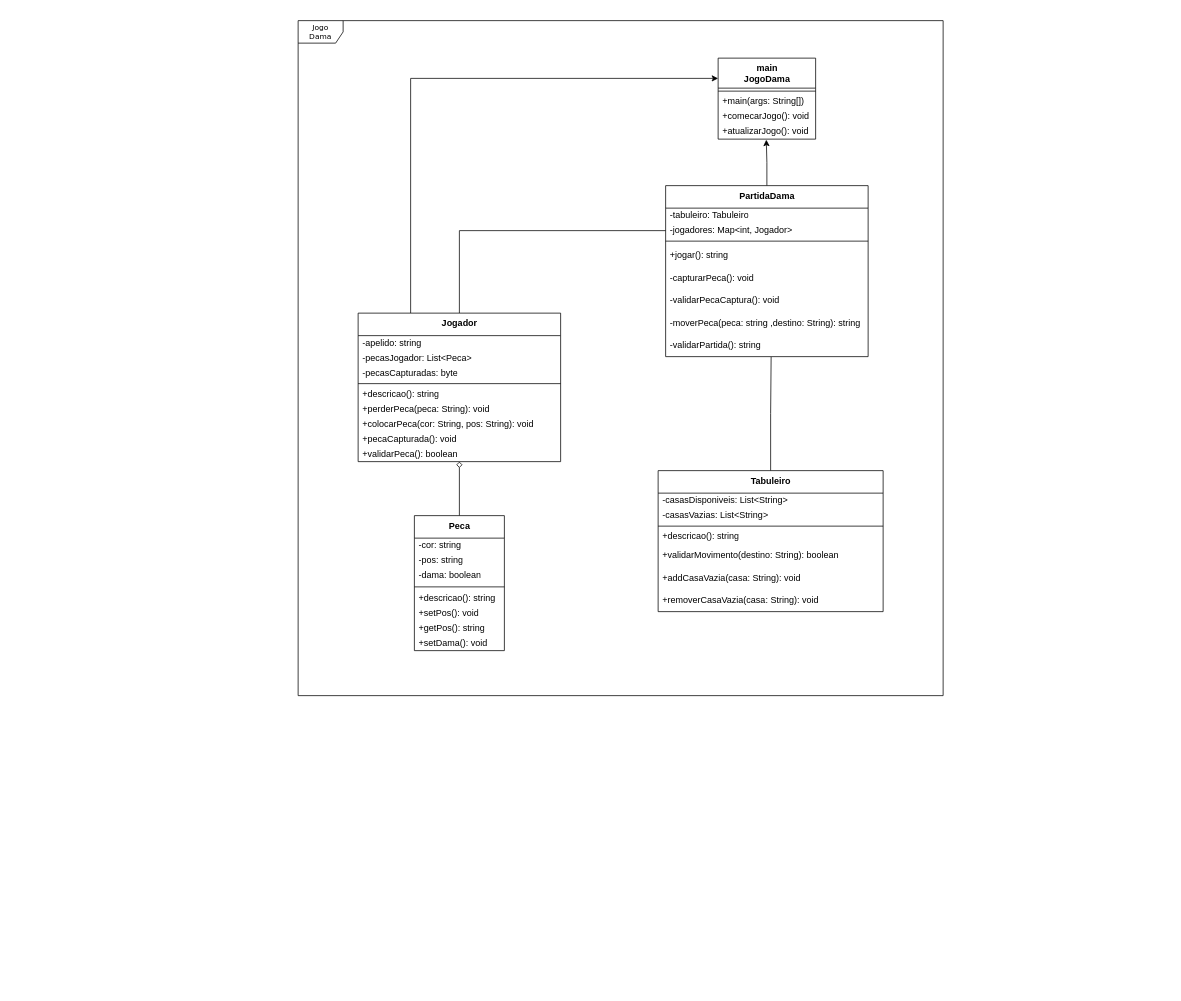
This is Jogo_Dama.drawio from leoaugusto02/JogoDama, a draw.io file, before an edit. Source tidied: cells renumbered, new cells numbered last; positions are measured from the earlier drawing's top-left corner, leaving out a move shared by most shapes. Both pictures are drawn from the tidied source at 75%, with x=0, y=0 at pixel (298, 20).
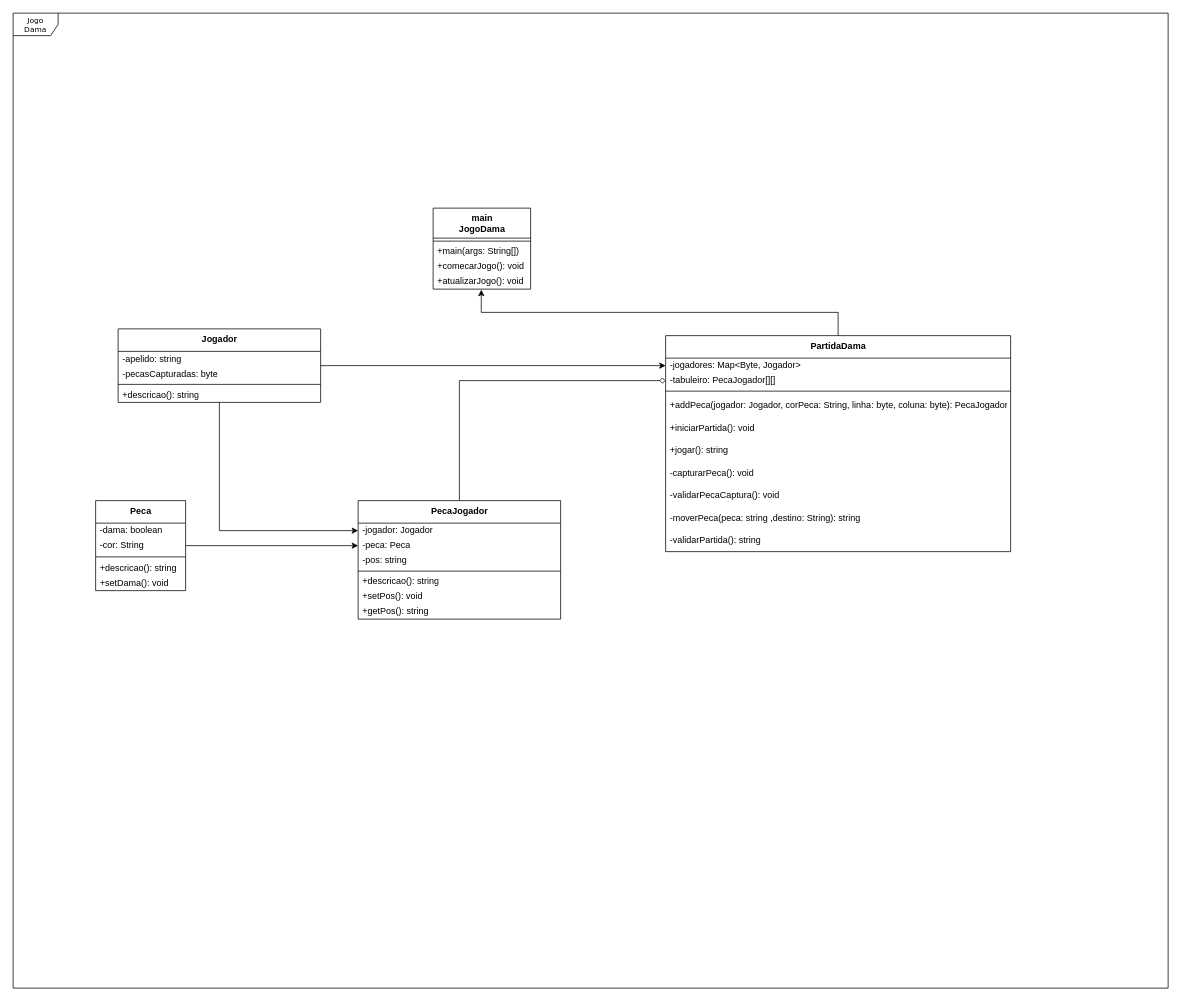
The same diagram, later.

What changed in the source:
```diff
@@
     <mxCell id="2" value="Jogo&lt;br&gt;Dama" style="shape=umlFrame;whiteSpace=wrap;html=1;rounded=0;shadow=0;comic=0;labelBackgroundColor=none;strokeWidth=1;fontFamily=Verdana;fontSize=10;align=center;" parent="1" vertex="1">
-      <mxGeometry width="860" height="900" as="geometry" />
+      <mxGeometry x="-380" y="-10" width="1540" height="1300" as="geometry" />
     </mxCell>
@@
-    <mxCell id="18" style="edgeStyle=orthogonalEdgeStyle;rounded=0;jettySize=auto;html=1;entryX=0;entryY=0.5;entryDx=0;entryDy=0;endArrow=none;endFill=0;" parent="1" edge="1" source="20" target="57">
+    <mxCell id="18" style="edgeStyle=orthogonalEdgeStyle;rounded=0;jettySize=auto;html=1;entryX=0;entryY=0.5;entryDx=0;entryDy=0;" parent="1" edge="1" source="20" target="57">
       <mxGeometry relative="1" as="geometry" />
     </mxCell>
-    <mxCell id="19" style="edgeStyle=orthogonalEdgeStyle;rounded=0;jettySize=auto;html=1;entryX=0;entryY=0.25;entryDx=0;entryDy=0;" parent="1" edge="1" source="20" target="49">
-      <mxGeometry relative="1" as="geometry">
-        <Array as="points">
-          <mxPoint x="150" y="77" />
-        </Array>
-      </mxGeometry>
-    </mxCell>
+    <mxCell id="65" style="edgeStyle=orthogonalEdgeStyle;rounded=0;jettySize=auto;html=1;entryX=0;entryY=0.5;entryDx=0;entryDy=0;" parent="1" edge="1" source="20" target="71">
+      <mxGeometry relative="1" as="geometry" />
+    </mxCell>
     <mxCell id="20" value="&lt;b&gt;Jogador&lt;/b&gt;" style="swimlane;fontStyle=0;align=center;verticalAlign=top;horizontal=1;startSize=30;html=1;" parent="1" vertex="1">
-      <mxGeometry x="80" y="390" width="270" height="198" as="geometry" />
+      <mxGeometry x="-240" y="411" width="270" height="98" as="geometry" />
     </mxCell>
@@
-    <mxCell id="22" value="-pecasJogador: List&amp;lt;Peca&amp;gt;" style="text;html=1;strokeColor=none;fillColor=none;align=left;verticalAlign=middle;spacingLeft=4;spacingRight=4;overflow=hidden;" parent="20" vertex="1">
-      <mxGeometry y="50" width="270" height="20" as="geometry" />
-    </mxCell>
     <mxCell id="23" value="-pecasCapturadas: byte" style="text;html=1;strokeColor=none;fillColor=none;align=left;verticalAlign=middle;spacingLeft=4;spacingRight=4;overflow=hidden;" parent="20" vertex="1">
-      <mxGeometry y="70" width="270" height="20" as="geometry" />
+      <mxGeometry y="50" width="270" height="20" as="geometry" />
     </mxCell>
     <mxCell id="24" style="line;strokeWidth=1;fillColor=none;align=left;verticalAlign=middle;spacingTop=-1;spacingLeft=3;spacingRight=3;labelPosition=right;" parent="20" vertex="1">
-      <mxGeometry y="90" width="270" height="8" as="geometry" />
+      <mxGeometry y="70" width="270" height="8" as="geometry" />
     </mxCell>
     <mxCell id="25" value="+descricao(): string" style="text;html=1;strokeColor=none;fillColor=none;align=left;verticalAlign=middle;spacingLeft=4;spacingRight=4;overflow=hidden;" parent="20" vertex="1">
-      <mxGeometry y="98" width="270" height="20" as="geometry" />
+      <mxGeometry y="78" width="270" height="20" as="geometry" />
     </mxCell>
-    <mxCell id="26" value="+perderPeca(peca: String): void" style="text;html=1;strokeColor=none;fillColor=none;align=left;verticalAlign=middle;spacingLeft=4;spacingRight=4;overflow=hidden;" parent="20" vertex="1">
-      <mxGeometry y="118" width="270" height="20" as="geometry" />
-    </mxCell>
-    <mxCell id="27" value="+colocarPeca(cor: String, pos: String): void" style="text;html=1;strokeColor=none;fillColor=none;align=left;verticalAlign=middle;spacingLeft=4;spacingRight=4;overflow=hidden;" parent="20" vertex="1">
-      <mxGeometry y="138" width="270" height="20" as="geometry" />
-    </mxCell>
-    <mxCell id="28" value="+pecaCapturada(): void" style="text;html=1;strokeColor=none;fillColor=none;align=left;verticalAlign=middle;spacingLeft=4;spacingRight=4;overflow=hidden;" parent="20" vertex="1">
-      <mxGeometry y="158" width="270" height="20" as="geometry" />
-    </mxCell>
-    <mxCell id="29" value="+validarPeca(): boolean" style="text;html=1;strokeColor=none;fillColor=none;align=left;verticalAlign=middle;spacingLeft=4;spacingRight=4;overflow=hidden;" parent="20" vertex="1">
-      <mxGeometry y="178" width="270" height="20" as="geometry" />
-    </mxCell>
-    <mxCell id="30" style="edgeStyle=orthogonalEdgeStyle;rounded=0;jettySize=auto;html=1;exitX=0.5;exitY=0;exitDx=0;exitDy=0;entryX=0.5;entryY=1;entryDx=0;entryDy=0;endArrow=diamond;endFill=0;" parent="1" edge="1" source="31" target="20">
-      <mxGeometry relative="1" as="geometry" />
-    </mxCell>
+    <mxCell id="66" style="edgeStyle=orthogonalEdgeStyle;rounded=0;jettySize=auto;html=1;entryX=0;entryY=0.5;entryDx=0;entryDy=0;" parent="1" edge="1" source="31" target="72">
+      <mxGeometry relative="1" as="geometry" />
+    </mxCell>
     <mxCell id="31" value="&lt;b&gt;Peca&lt;/b&gt;" style="swimlane;fontStyle=0;align=center;verticalAlign=top;horizontal=1;startSize=30;html=1;" parent="1" vertex="1">
-      <mxGeometry x="155" y="660" width="120" height="180" as="geometry" />
+      <mxGeometry x="-270" y="640" width="120" height="120" as="geometry" />
     </mxCell>
+    <mxCell id="34" value="-dama: boolean" style="text;html=1;strokeColor=none;fillColor=none;align=left;verticalAlign=middle;spacingLeft=4;spacingRight=4;overflow=hidden;" parent="31" vertex="1">
+      <mxGeometry y="30" width="120" height="20" as="geometry" />
+    </mxCell>
-    <mxCell id="32" value="-cor: string" style="text;html=1;strokeColor=none;fillColor=none;align=left;verticalAlign=middle;spacingLeft=4;spacingRight=4;overflow=hidden;" parent="31" vertex="1">
-      <mxGeometry y="30" width="120" height="20" as="geometry" />
+    <mxCell id="32" value="-cor: String" style="text;html=1;strokeColor=none;fillColor=none;align=left;verticalAlign=middle;spacingLeft=4;spacingRight=4;overflow=hidden;" parent="31" vertex="1">
+      <mxGeometry y="50" width="120" height="20" as="geometry" />
     </mxCell>
-    <mxCell id="33" value="-pos: string" style="text;html=1;strokeColor=none;fillColor=none;align=left;verticalAlign=middle;spacingLeft=4;spacingRight=4;overflow=hidden;" parent="31" vertex="1">
-      <mxGeometry y="50" width="120" height="20" as="geometry" />
-    </mxCell>
-    <mxCell id="34" value="-dama: boolean" style="text;html=1;strokeColor=none;fillColor=none;align=left;verticalAlign=middle;spacingLeft=4;spacingRight=4;overflow=hidden;" parent="31" vertex="1">
-      <mxGeometry y="70" width="120" height="20" as="geometry" />
-    </mxCell>
     <mxCell id="35" style="line;strokeWidth=1;fillColor=none;align=left;verticalAlign=middle;spacingTop=-1;spacingLeft=3;spacingRight=3;labelPosition=right;" parent="31" vertex="1">
-      <mxGeometry y="90" width="120" height="10" as="geometry" />
+      <mxGeometry y="70" width="120" height="10" as="geometry" />
     </mxCell>
     <mxCell id="36" value="+descricao(): string" style="text;html=1;strokeColor=none;fillColor=none;align=left;verticalAlign=middle;spacingLeft=4;spacingRight=4;overflow=hidden;" parent="31" vertex="1">
-      <mxGeometry y="100" width="120" height="20" as="geometry" />
+      <mxGeometry y="80" width="120" height="20" as="geometry" />
     </mxCell>
-    <mxCell id="37" value="+setPos(): void" style="text;html=1;strokeColor=none;fillColor=none;align=left;verticalAlign=middle;spacingLeft=4;spacingRight=4;overflow=hidden;" parent="31" vertex="1">
-      <mxGeometry y="120" width="120" height="20" as="geometry" />
-    </mxCell>
-    <mxCell id="38" value="+getPos(): string" style="text;html=1;strokeColor=none;fillColor=none;align=left;verticalAlign=middle;spacingLeft=4;spacingRight=4;overflow=hidden;" parent="31" vertex="1">
-      <mxGeometry y="140" width="120" height="20" as="geometry" />
-    </mxCell>
     <mxCell id="39" value="+setDama(): void" style="text;html=1;strokeColor=none;fillColor=none;align=left;verticalAlign=middle;spacingLeft=4;spacingRight=4;overflow=hidden;" parent="31" vertex="1">
-      <mxGeometry y="160" width="120" height="20" as="geometry" />
+      <mxGeometry y="100" width="120" height="20" as="geometry" />
     </mxCell>
-    <mxCell id="40" style="edgeStyle=orthogonalEdgeStyle;rounded=0;jettySize=auto;html=1;entryX=0.521;entryY=1.013;entryDx=0;entryDy=0;entryPerimeter=0;endArrow=none;endFill=0;" parent="1" edge="1" source="41" target="64">
-      <mxGeometry relative="1" as="geometry" />
-    </mxCell>
-    <mxCell id="41" value="&lt;b&gt;Tabuleiro&lt;br&gt;&lt;/b&gt;" style="swimlane;fontStyle=0;align=center;verticalAlign=top;horizontal=1;startSize=30;html=1;" parent="1" vertex="1">
-      <mxGeometry x="480" y="600" width="300" height="188" as="geometry" />
-    </mxCell>
-    <mxCell id="42" value="-casasDisponiveis: List&amp;lt;String&amp;gt;&amp;nbsp;" style="text;html=1;strokeColor=none;fillColor=none;align=left;verticalAlign=middle;spacingLeft=4;spacingRight=4;overflow=hidden;" parent="41" vertex="1">
-      <mxGeometry y="30" width="300" height="20" as="geometry" />
-    </mxCell>
-    <mxCell id="43" value="-casasVazias: List&amp;lt;String&amp;gt;" style="text;html=1;strokeColor=none;fillColor=none;align=left;verticalAlign=middle;spacingLeft=4;spacingRight=4;overflow=hidden;" parent="41" vertex="1">
-      <mxGeometry y="50" width="300" height="20" as="geometry" />
-    </mxCell>
-    <mxCell id="44" style="line;strokeWidth=1;fillColor=none;align=left;verticalAlign=middle;spacingTop=-1;spacingLeft=3;spacingRight=3;labelPosition=right;" parent="41" vertex="1">
-      <mxGeometry y="70" width="300" height="8" as="geometry" />
-    </mxCell>
-    <mxCell id="45" value="+descricao(): string" style="text;html=1;strokeColor=none;fillColor=none;align=left;verticalAlign=middle;spacingLeft=4;spacingRight=4;overflow=hidden;" parent="41" vertex="1">
-      <mxGeometry y="78" width="300" height="20" as="geometry" />
-    </mxCell>
-    <mxCell id="46" value="+validarMovimento(destino: String): boolean" style="text;html=1;strokeColor=none;fillColor=none;align=left;verticalAlign=middle;spacingLeft=4;spacingRight=4;overflow=hidden;" parent="41" vertex="1">
-      <mxGeometry y="98" width="300" height="30" as="geometry" />
-    </mxCell>
-    <mxCell id="47" value="+addCasaVazia(casa: String): void" style="text;html=1;strokeColor=none;fillColor=none;align=left;verticalAlign=middle;spacingLeft=4;spacingRight=4;overflow=hidden;" parent="41" vertex="1">
-      <mxGeometry y="128" width="300" height="30" as="geometry" />
-    </mxCell>
-    <mxCell id="48" value="+removerCasaVazia(casa: String): void" style="text;html=1;strokeColor=none;fillColor=none;align=left;verticalAlign=middle;spacingLeft=4;spacingRight=4;overflow=hidden;" parent="41" vertex="1">
-      <mxGeometry y="158" width="300" height="30" as="geometry" />
-    </mxCell>
     <mxCell id="49" value="&lt;b&gt;main&lt;br&gt;JogoDama&lt;br&gt;&lt;/b&gt;" style="swimlane;fontStyle=0;align=center;verticalAlign=top;horizontal=1;startSize=40;html=1;" parent="1" vertex="1">
-      <mxGeometry x="560" y="50" width="130" height="108" as="geometry" />
+      <mxGeometry x="180" y="250" width="130" height="108" as="geometry" />
     </mxCell>
@@
     <mxCell id="55" value="&lt;b&gt;PartidaDama&lt;br&gt;&lt;/b&gt;" style="swimlane;fontStyle=0;align=center;verticalAlign=top;horizontal=1;startSize=30;html=1;" parent="1" vertex="1">
-      <mxGeometry x="490" y="220" width="270" height="228" as="geometry" />
+      <mxGeometry x="490" y="420" width="460" height="288" as="geometry" />
     </mxCell>
+    <mxCell id="57" value="-jogadores: Map&amp;lt;Byte, Jogador&amp;gt;" style="text;html=1;strokeColor=none;fillColor=none;align=left;verticalAlign=middle;spacingLeft=4;spacingRight=4;overflow=hidden;points=[[0,0.5],[1,0.5]];portConstraint=eastwest;" parent="55" vertex="1">
+      <mxGeometry y="30" width="460" height="20" as="geometry" />
+    </mxCell>
-    <mxCell id="56" value="-tabuleiro: Tabuleiro" style="text;html=1;strokeColor=none;fillColor=none;align=left;verticalAlign=middle;spacingLeft=4;spacingRight=4;overflow=hidden;points=[[0,0.5],[1,0.5]];portConstraint=eastwest;" parent="55" vertex="1">
-      <mxGeometry y="30" width="270" height="20" as="geometry" />
+    <mxCell id="56" value="-tabuleiro: PecaJogador[][]" style="text;html=1;strokeColor=none;fillColor=none;align=left;verticalAlign=middle;spacingLeft=4;spacingRight=4;overflow=hidden;points=[[0,0.5],[1,0.5]];portConstraint=eastwest;" parent="55" vertex="1">
+      <mxGeometry y="50" width="460" height="20" as="geometry" />
     </mxCell>
-    <mxCell id="57" value="-jogadores: Map&amp;lt;int, Jogador&amp;gt;" style="text;html=1;strokeColor=none;fillColor=none;align=left;verticalAlign=middle;spacingLeft=4;spacingRight=4;overflow=hidden;points=[[0,0.5],[1,0.5]];portConstraint=eastwest;" parent="55" vertex="1">
-      <mxGeometry y="50" width="270" height="20" as="geometry" />
-    </mxCell>
     <mxCell id="58" style="line;strokeWidth=1;fillColor=none;align=left;verticalAlign=middle;spacingTop=-1;spacingLeft=3;spacingRight=3;labelPosition=right;" parent="55" vertex="1">
-      <mxGeometry y="70" width="270" height="8" as="geometry" />
+      <mxGeometry y="70" width="460" height="8" as="geometry" />
     </mxCell>
+    <mxCell id="67" value="+addPeca(jogador: Jogador, corPeca: String, linha: byte, coluna: byte): PecaJogador" style="text;html=1;strokeColor=none;fillColor=none;align=left;verticalAlign=middle;spacingLeft=4;spacingRight=4;overflow=hidden;" parent="55" vertex="1">
+      <mxGeometry y="78" width="460" height="30" as="geometry" />
+    </mxCell>
+    <mxCell id="68" value="+iniciarPartida(): void" style="text;html=1;strokeColor=none;fillColor=none;align=left;verticalAlign=middle;spacingLeft=4;spacingRight=4;overflow=hidden;" parent="55" vertex="1">
+      <mxGeometry y="108" width="460" height="30" as="geometry" />
+    </mxCell>
     <mxCell id="59" value="+jogar(): string" style="text;html=1;strokeColor=none;fillColor=none;align=left;verticalAlign=middle;spacingLeft=4;spacingRight=4;overflow=hidden;" parent="55" vertex="1">
-      <mxGeometry y="78" width="270" height="30" as="geometry" />
+      <mxGeometry y="138" width="460" height="30" as="geometry" />
     </mxCell>
     <mxCell id="60" value="-capturarPeca(): void" style="text;html=1;strokeColor=none;fillColor=none;align=left;verticalAlign=middle;spacingLeft=4;spacingRight=4;overflow=hidden;" parent="55" vertex="1">
-      <mxGeometry y="108" width="270" height="30" as="geometry" />
+      <mxGeometry y="168" width="460" height="30" as="geometry" />
     </mxCell>
@@
     <mxCell id="62" value="-validarPecaCaptura(): void" style="text;html=1;strokeColor=none;fillColor=none;align=left;verticalAlign=middle;spacingLeft=4;spacingRight=4;overflow=hidden;" parent="55" vertex="1">
-      <mxGeometry y="138" width="270" height="30" as="geometry" />
+      <mxGeometry y="198" width="460" height="30" as="geometry" />
     </mxCell>
     <mxCell id="63" value="-moverPeca(peca: string ,destino: String): string" style="text;html=1;strokeColor=none;fillColor=none;align=left;verticalAlign=middle;spacingLeft=4;spacingRight=4;overflow=hidden;points=[[0,0.5],[1,0.5]];portConstraint=eastwest;" parent="55" vertex="1">
-      <mxGeometry y="168" width="270" height="30" as="geometry" />
+      <mxGeometry y="228" width="460" height="30" as="geometry" />
     </mxCell>
     <mxCell id="64" value="-validarPartida(): string" style="text;html=1;strokeColor=none;fillColor=none;align=left;verticalAlign=middle;spacingLeft=4;spacingRight=4;overflow=hidden;points=[[0,0.5],[1,0.5]];portConstraint=eastwest;" parent="55" vertex="1">
-      <mxGeometry y="198" width="270" height="30" as="geometry" />
+      <mxGeometry y="258" width="460" height="30" as="geometry" />
     </mxCell>
+    <mxCell id="69" style="edgeStyle=orthogonalEdgeStyle;rounded=0;jettySize=auto;html=1;entryX=0;entryY=0.5;entryDx=0;entryDy=0;endArrow=diamond;endFill=0;" parent="1" edge="1" source="70" target="56">
+      <mxGeometry relative="1" as="geometry" />
+    </mxCell>
+    <mxCell id="70" value="&lt;b&gt;PecaJogador&lt;/b&gt;" style="swimlane;fontStyle=0;align=center;verticalAlign=top;horizontal=1;startSize=30;html=1;" parent="1" vertex="1">
+      <mxGeometry x="80" y="640" width="270" height="158" as="geometry" />
+    </mxCell>
+    <mxCell id="71" value="-jogador: Jogador" style="text;html=1;strokeColor=none;fillColor=none;align=left;verticalAlign=middle;spacingLeft=4;spacingRight=4;overflow=hidden;points=[[0,0.5],[1,0.5]];portConstraint=eastwest;" parent="70" vertex="1">
+      <mxGeometry y="30" width="270" height="20" as="geometry" />
+    </mxCell>
+    <mxCell id="72" value="-peca: Peca" style="text;html=1;strokeColor=none;fillColor=none;align=left;verticalAlign=middle;spacingLeft=4;spacingRight=4;overflow=hidden;points=[[0,0.5],[1,0.5]];portConstraint=eastwest;" parent="70" vertex="1">
+      <mxGeometry y="50" width="270" height="20" as="geometry" />
+    </mxCell>
+    <mxCell id="33" value="-pos: string" style="text;html=1;strokeColor=none;fillColor=none;align=left;verticalAlign=middle;spacingLeft=4;spacingRight=4;overflow=hidden;" parent="70" vertex="1">
+      <mxGeometry y="70" width="270" height="20" as="geometry" />
+    </mxCell>
+    <mxCell id="73" style="line;strokeWidth=1;fillColor=none;align=left;verticalAlign=middle;spacingTop=-1;spacingLeft=3;spacingRight=3;labelPosition=right;" parent="70" vertex="1">
+      <mxGeometry y="90" width="270" height="8" as="geometry" />
+    </mxCell>
+    <mxCell id="45" value="+descricao(): string" style="text;html=1;strokeColor=none;fillColor=none;align=left;verticalAlign=middle;spacingLeft=4;spacingRight=4;overflow=hidden;" parent="70" vertex="1">
+      <mxGeometry y="98" width="270" height="20" as="geometry" />
+    </mxCell>
+    <mxCell id="37" value="+setPos(): void" style="text;html=1;strokeColor=none;fillColor=none;align=left;verticalAlign=middle;spacingLeft=4;spacingRight=4;overflow=hidden;" parent="70" vertex="1">
+      <mxGeometry y="118" width="270" height="20" as="geometry" />
+    </mxCell>
+    <mxCell id="38" value="+getPos(): string" style="text;html=1;strokeColor=none;fillColor=none;align=left;verticalAlign=middle;spacingLeft=4;spacingRight=4;overflow=hidden;" parent="70" vertex="1">
+      <mxGeometry y="138" width="270" height="20" as="geometry" />
+    </mxCell>
```
